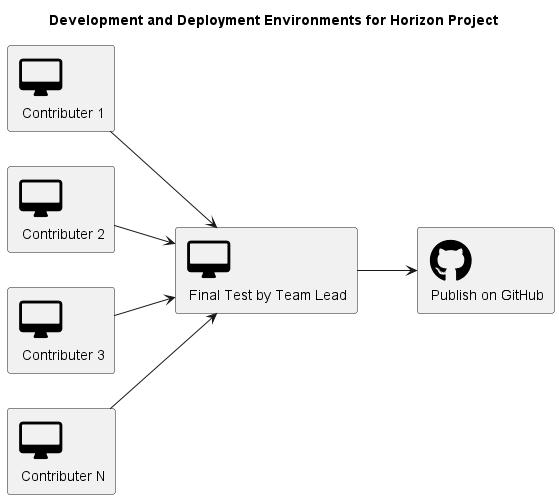
mahyaresteki/Horizon keeps this PlantUML diagram as HorizonUml/out/Architecture/EnvironmentsForDevelopmentProgress.png. Above is the earlier version.
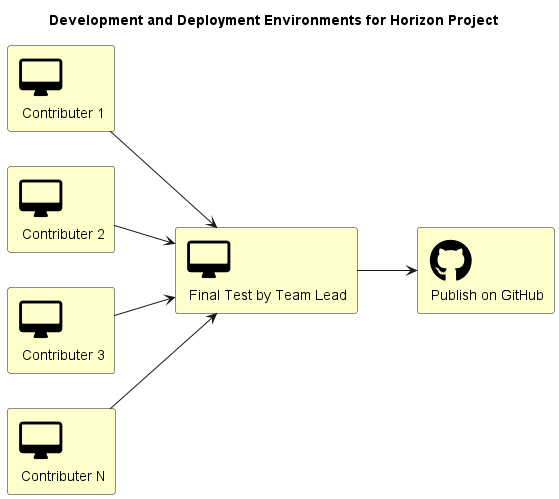
Later version of the same file.

What changed in the source:
```diff
@@ -7,13 +7,13 @@
 
 title Development and Deployment Environments for Horizon Project
 
-FA_DESKTOP(contributer1, "Contributer 1")
-FA_DESKTOP(contributer2, "Contributer 2")
-FA_DESKTOP(contributer3, "Contributer 3")
-FA_DESKTOP(contributerN, "Contributer N")
+FA_DESKTOP(contributer1, "Contributer 1") #BUSINESS
+FA_DESKTOP(contributer2, "Contributer 2") #BUSINESS
+FA_DESKTOP(contributer3, "Contributer 3") #BUSINESS
+FA_DESKTOP(contributerN, "Contributer N") #BUSINESS
 
-FA_DESKTOP(teamLead, "Final Test by Team Lead")
-FA5_GITHUB(github, "Publish on GitHub")
+FA_DESKTOP(teamLead, "Final Test by Team Lead") #BUSINESS
+FA5_GITHUB(github, "Publish on GitHub") #BUSINESS
 
 contributer1 --> teamLead
 contributer2 --> teamLead
```
